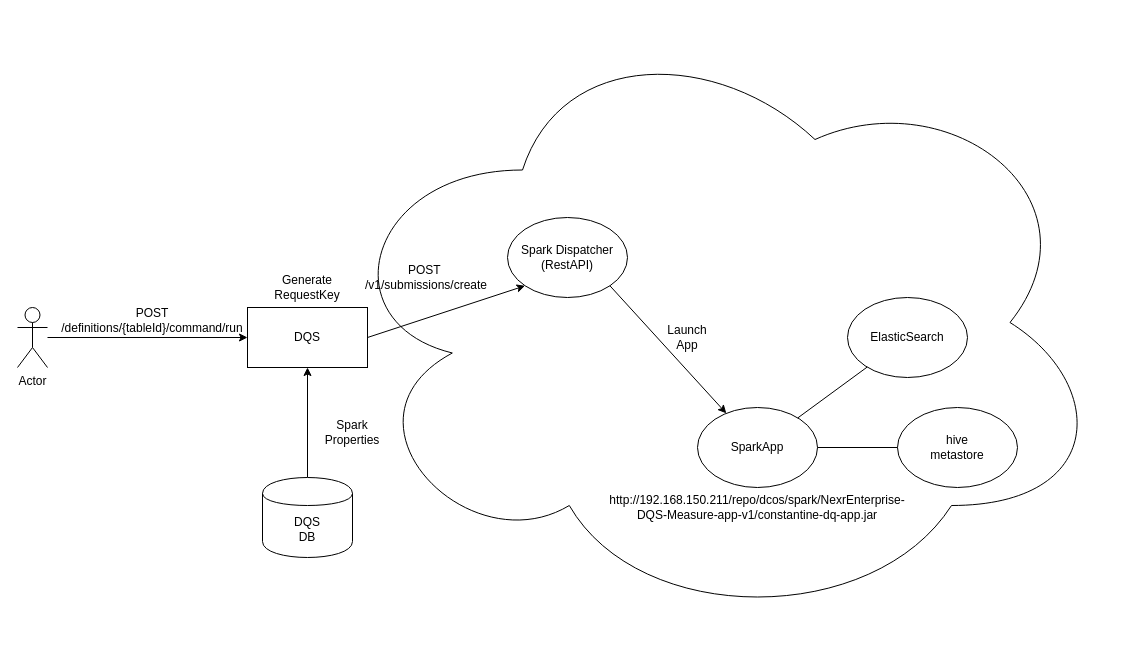
Before: DqApp.drawio in salme1541/drawioRepo, a draw.io diagram. Source tidied: cells renumbered, new cells numbered last; positions are measured from the earlier drawing's top-left corner, leaving out a move shared by most shapes. Both pictures are drawn from the tidied source at 100%, with x=0, y=0 at pixel (17, 17).
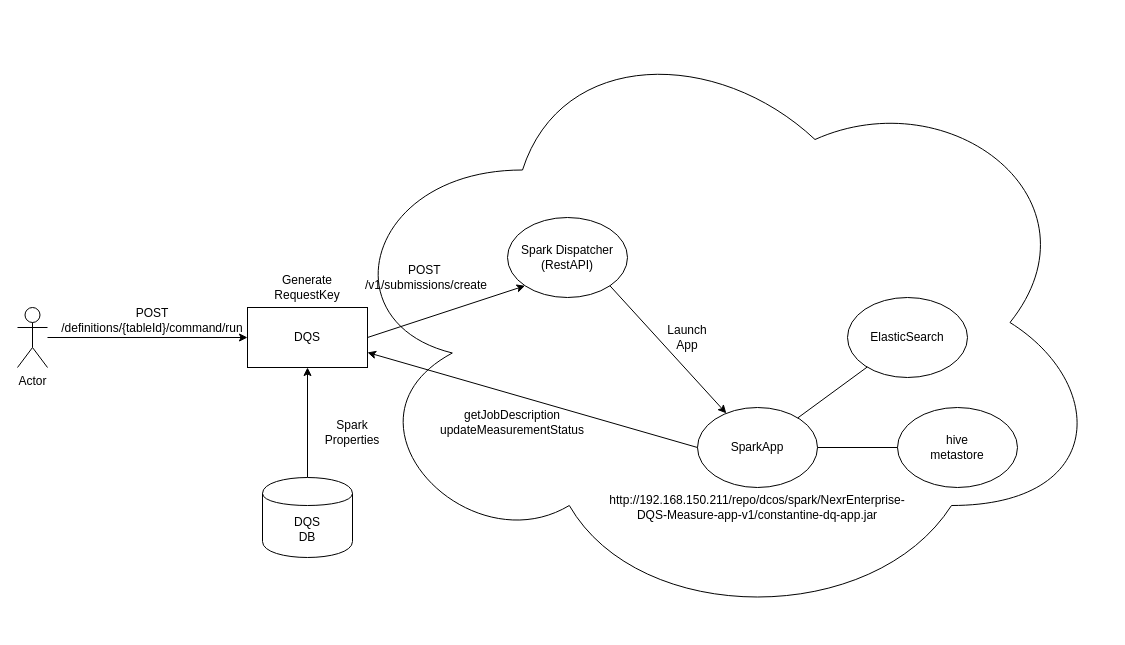
The same page after the edit.

Unchanged cells that the change refers to:
```xml
<mxCell id="5" value="DQS" style="rounded=0;whiteSpace=wrap;html=1;" parent="1" vertex="1">
  <mxGeometry x="230" y="290" width="120" height="60" as="geometry" />
</mxCell>
<mxCell id="13" value="SparkApp" style="ellipse;whiteSpace=wrap;html=1;" parent="1" vertex="1">
  <mxGeometry x="680" y="390" width="120" height="80" as="geometry" />
</mxCell>
```

The edit, as a diff of the source:
```diff
@@
+    <mxCell id="22" style="endArrow=classic;html=1;entryX=1;entryY=0.75;entryDx=0;entryDy=0;exitX=0;exitY=0.5;exitDx=0;exitDy=0;" parent="1" edge="1" source="13" target="5">
+      <mxGeometry relative="1" as="geometry" />
+    </mxCell>
+    <mxCell id="23" value="getJobDescription&lt;br&gt;updateMeasurementStatus" style="text;html=1;strokeColor=none;fillColor=none;align=center;verticalAlign=middle;whiteSpace=wrap;rounded=0;" parent="1" vertex="1">
+      <mxGeometry x="380" y="395" width="230" height="20" as="geometry" />
+    </mxCell>
```
